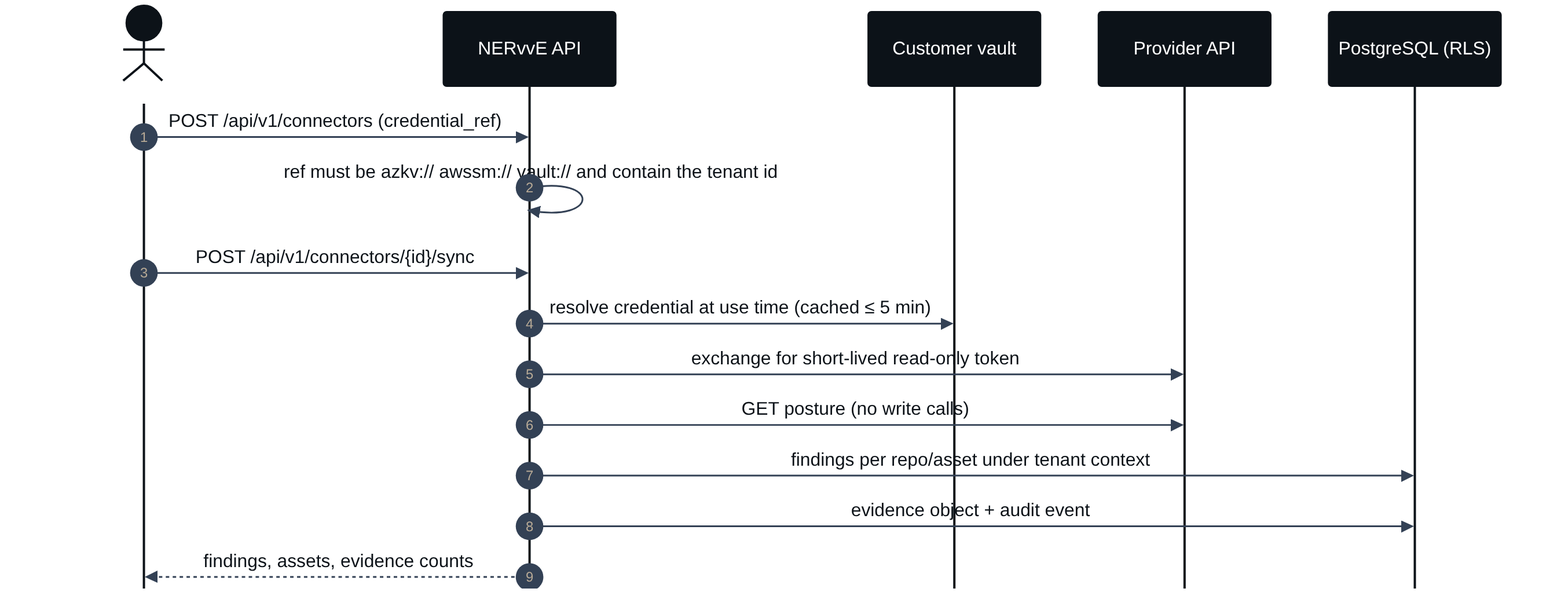
Above: docs/enterprise/diagrams/08-connector-sync.png in sudheerkumard/nerve-myelin-DevSec (Mermaid), before the change. Its source is kept beside it as docs/enterprise/diagrams/08-connector-sync.mmd.
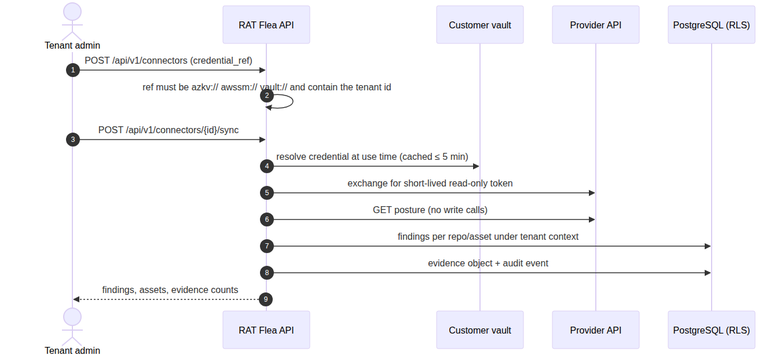
After the commit.

Change to the diagram source:
```diff
@@ -1,7 +1,7 @@
 sequenceDiagram
   autonumber
   actor A as Tenant admin
-  participant M as NERvvE API
+  participant M as RAT Flea API
   participant V as Customer vault
   participant X as Provider API
   participant DB as PostgreSQL (RLS)
```
